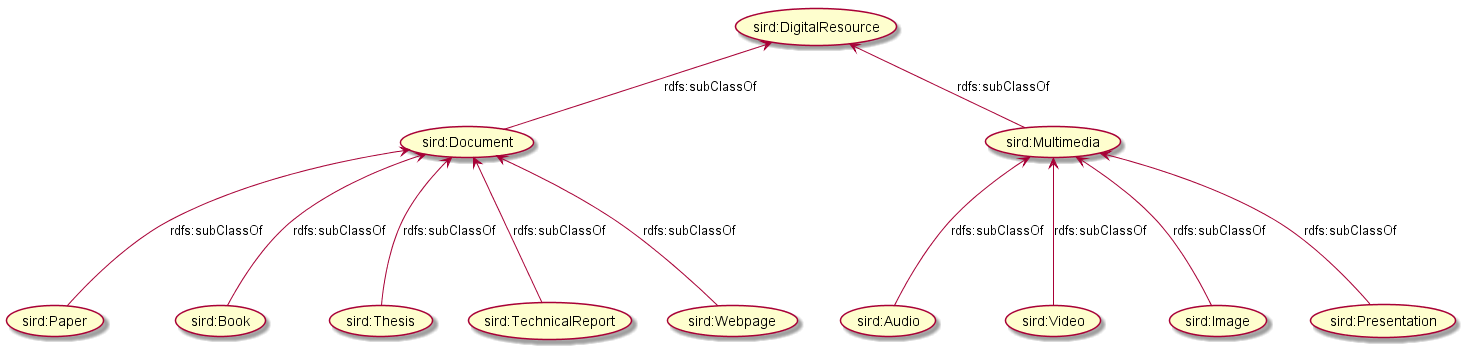
Earlier version of the PlantUML export Diagramas UML/ClasesRecDigi.png (eriknovic/mi-proyecto-erik).
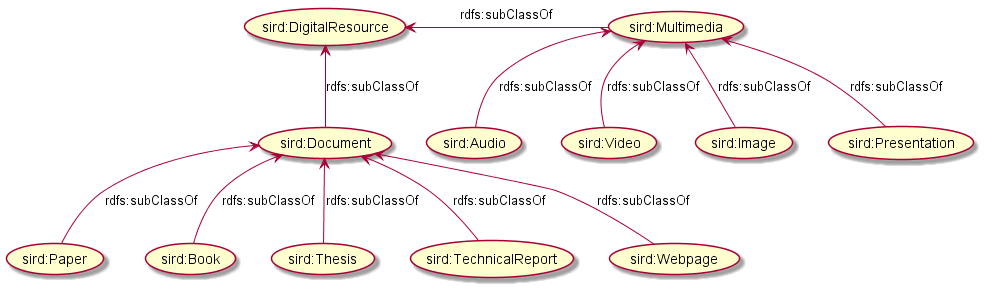
The same diagram one commit later.

The edit, as a diff of the source:
```diff
@@ -1,17 +1,17 @@
 @startuml
 
 (sird:Document) -up-> (sird:DigitalResource) : rdfs:subClassOf
-(sird:Multimedia) -up-> (sird:DigitalResource) : rdfs:subClassOf
+(sird:Multimedia) -left-> (sird:DigitalResource) : rdfs:subClassOf
 
-(sird:Audio) -up--> (sird:Multimedia) : rdfs:subClassOf
-(sird:Video) -up--> (sird:Multimedia) : rdfs:subClassOf
-(sird:Image) -up--> (sird:Multimedia) : rdfs:subClassOf
-(sird:Presentation) -up--> (sird:Multimedia) : rdfs:subClassOf
+(sird:Audio) -up-> (sird:Multimedia) : rdfs:subClassOf
+(sird:Video) -up-> (sird:Multimedia) : rdfs:subClassOf
+(sird:Image) -up-> (sird:Multimedia) : rdfs:subClassOf
+(sird:Presentation) -up-> (sird:Multimedia) : rdfs:subClassOf
 
-(sird:Paper) -up--> (sird:Document) : rdfs:subClassOf
-(sird:Book) -up--> (sird:Document) : rdfs:subClassOf
-(sird:Thesis) -up--> (sird:Document) : rdfs:subClassOf
-(sird:TechnicalReport) -up--> (sird:Document) : rdfs:subClassOf
-(sird:Webpage) -up--> (sird:Document) : rdfs:subClassOf
+(sird:Paper) -up-> (sird:Document) : rdfs:subClassOf
+(sird:Book) -up-> (sird:Document) : rdfs:subClassOf
+(sird:Thesis) -up-> (sird:Document) : rdfs:subClassOf
+(sird:TechnicalReport) -up-> (sird:Document) : rdfs:subClassOf
+(sird:Webpage) -up-> (sird:Document) : rdfs:subClassOf
 
 @enduml
```
